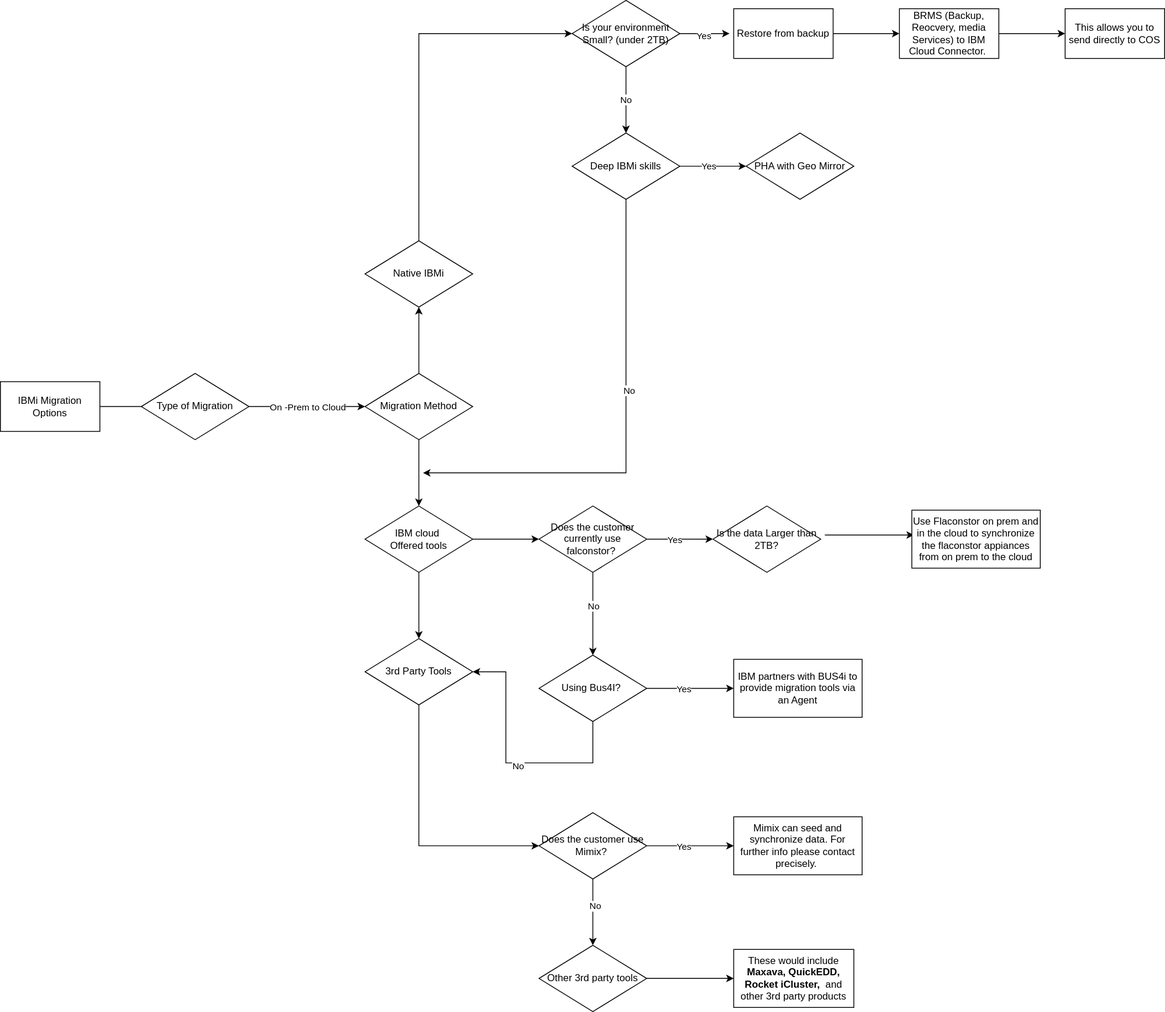
Above: images/ibmimigration.svg in ibm-cloud-docs/powervs-migration (draw.io), before the change. Source tidied: cells renumbered, new cells last; positions are measured from the earlier drawing's top-left corner, leaving out a move shared by most shapes.
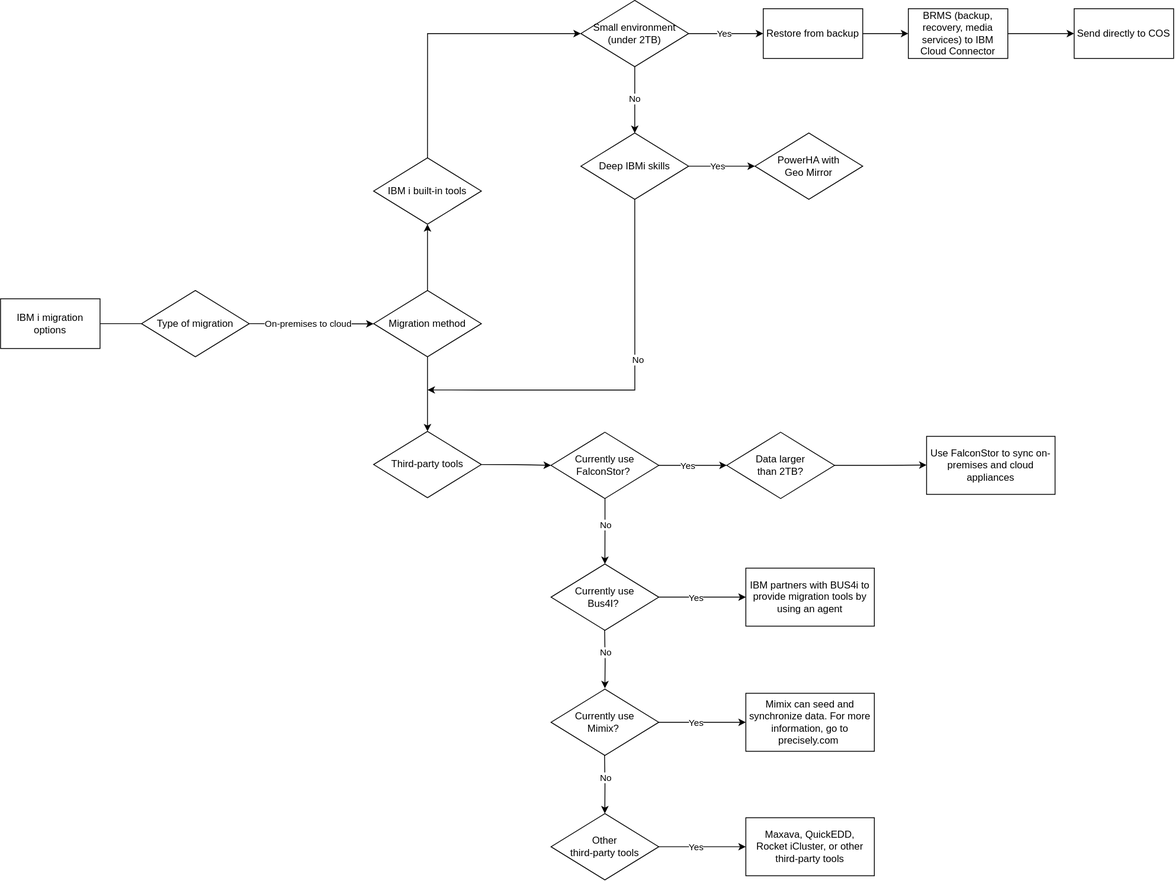
The same diagram one commit later.

What changed in the source:
```diff
@@ -1,17 +1,10 @@
-<mxGraphModel>
+<mxGraphModel background="#ffffff">
   <root>
     <mxCell id="0" />
     <mxCell id="1" parent="0" />
-    <mxCell id="2" value="IBMi Migration Options" style="rounded=0;whiteSpace=wrap;html=1;" parent="1" vertex="1">
-      <mxGeometry y="460" width="120" height="60" as="geometry" />
+    <mxCell id="2" value="IBM i migration options" style="rounded=0;whiteSpace=wrap;html=1;" parent="1" vertex="1">
+      <mxGeometry x="-10" y="360" width="120" height="60" as="geometry" />
     </mxCell>
-    <mxCell id="3" style="edgeStyle=orthogonalEdgeStyle;rounded=0;jettySize=auto;html=1;exitX=1;exitY=0.5;exitDx=0;exitDy=0;entryX=0;entryY=0.5;entryDx=0;entryDy=0;" parent="1" edge="1" source="2" target="5">
-      <mxGeometry relative="1" as="geometry">
-        <Array as="points">
-          <mxPoint x="250" y="490" />
-        </Array>
-      </mxGeometry>
-    </mxCell>
     <mxCell id="4" style="edgeStyle=orthogonalEdgeStyle;rounded=0;jettySize=auto;html=1;entryX=0;entryY=0.5;entryDx=0;entryDy=0;exitX=0.5;exitY=0;exitDx=0;exitDy=0;" parent="1" edge="1" source="24" target="10">
       <mxGeometry relative="1" as="geometry">
         <Array as="points">
@@ -19,16 +12,16 @@
         </Array>
       </mxGeometry>
     </mxCell>
-    <mxCell id="5" value="Type of Migration" style="rhombus;whiteSpace=wrap;html=1;" parent="1" vertex="1">
-      <mxGeometry x="170" y="450" width="130" height="80" as="geometry" />
+    <mxCell id="5" value="Type of migration" style="rhombus;whiteSpace=wrap;html=1;" parent="1" vertex="1">
+      <mxGeometry x="160" y="350" width="130" height="80" as="geometry" />
     </mxCell>
-    <mxCell id="6" style="edgeStyle=orthogonalEdgeStyle;rounded=0;jettySize=auto;html=1;" parent="1" edge="1" source="10">
-      <mxGeometry relative="1" as="geometry">
-        <mxPoint x="880" y="40" as="targetPoint" />
-      </mxGeometry>
+    <mxCell id="6" style="edgeStyle=orthogonalEdgeStyle;rounded=0;jettySize=auto;html=1;entryX=0;entryY=0.5;entryDx=0;entryDy=0;" parent="1" edge="1" source="10" target="12">
+      <mxGeometry relative="1" as="geometry" />
     </mxCell>
     <mxCell id="7" value="Yes" style="edgeLabel;html=1;align=center;verticalAlign=middle;" parent="6" vertex="1">
-      <mxGeometry x="-0.07" y="-2" relative="1" as="geometry" />
+      <mxGeometry x="-0.07" y="-2" relative="1" as="geometry">
+        <mxPoint y="-3" as="offset" />
+      </mxGeometry>
     </mxCell>
     <mxCell id="8" style="edgeStyle=orthogonalEdgeStyle;rounded=0;jettySize=auto;html=1;" parent="1" edge="1" source="10" target="17">
       <mxGeometry relative="1" as="geometry" />
@@ -36,14 +29,14 @@
     <mxCell id="9" value="No" style="edgeLabel;html=1;align=center;verticalAlign=middle;" parent="8" vertex="1">
       <mxGeometry x="-0.03" y="-1" relative="1" as="geometry" />
     </mxCell>
-    <mxCell id="10" value="Is your environment Small? (under 2TB)" style="rhombus;whiteSpace=wrap;html=1;" parent="1" vertex="1">
+    <mxCell id="10" value="Small environment (under 2TB)" style="rhombus;whiteSpace=wrap;html=1;" parent="1" vertex="1">
       <mxGeometry x="690" width="130" height="80" as="geometry" />
     </mxCell>
     <mxCell id="11" style="edgeStyle=orthogonalEdgeStyle;rounded=0;jettySize=auto;html=1;" parent="1" edge="1" source="12" target="41">
       <mxGeometry relative="1" as="geometry" />
     </mxCell>
     <mxCell id="12" value="Restore from backup" style="whiteSpace=wrap;html=1;" parent="1" vertex="1">
-      <mxGeometry x="885" y="10" width="120" height="60" as="geometry" />
+      <mxGeometry x="910" y="10" width="120" height="60" as="geometry" />
     </mxCell>
     <mxCell id="13" style="edgeStyle=orthogonalEdgeStyle;rounded=0;jettySize=auto;html=1;" parent="1" edge="1" source="17" target="18">
       <mxGeometry relative="1" as="geometry" />
@@ -53,9 +46,10 @@
     </mxCell>
     <mxCell id="15" style="edgeStyle=orthogonalEdgeStyle;rounded=0;jettySize=auto;html=1;exitX=0.5;exitY=1;exitDx=0;exitDy=0;" parent="1" edge="1" source="17">
       <mxGeometry relative="1" as="geometry">
-        <mxPoint x="510" y="570" as="targetPoint" />
+        <mxPoint x="505" y="470" as="targetPoint" />
         <Array as="points">
-          <mxPoint x="755" y="570" />
+          <mxPoint x="755" y="470" />
+          <mxPoint x="570" y="470" />
         </Array>
       </mxGeometry>
     </mxCell>
@@ -65,58 +59,40 @@
     <mxCell id="17" value="Deep IBMi skills" style="rhombus;whiteSpace=wrap;html=1;" parent="1" vertex="1">
       <mxGeometry x="690" y="160" width="130" height="80" as="geometry" />
     </mxCell>
-    <mxCell id="18" value="PHA with Geo Mirror" style="rhombus;whiteSpace=wrap;html=1;" parent="1" vertex="1">
+    <mxCell id="18" value="PowerHA with &lt;br&gt;Geo Mirror" style="rhombus;whiteSpace=wrap;html=1;" parent="1" vertex="1">
       <mxGeometry x="900" y="160" width="130" height="80" as="geometry" />
     </mxCell>
-    <mxCell id="19" style="edgeStyle=orthogonalEdgeStyle;rounded=0;jettySize=auto;html=1;entryX=0;entryY=0.5;entryDx=0;entryDy=0;exitX=1;exitY=0.5;exitDx=0;exitDy=0;" parent="1" edge="1" source="5" target="23">
-      <mxGeometry relative="1" as="geometry">
-        <Array as="points">
-          <mxPoint x="300" y="490" />
-        </Array>
-      </mxGeometry>
-    </mxCell>
-    <mxCell id="20" value="On -Prem to Cloud" style="edgeLabel;html=1;align=center;verticalAlign=middle;" parent="19" vertex="1">
-      <mxGeometry x="-0.05" y="-1" relative="1" as="geometry">
-        <mxPoint x="3" y="-1" as="offset" />
-      </mxGeometry>
-    </mxCell>
     <mxCell id="21" style="edgeStyle=orthogonalEdgeStyle;rounded=0;jettySize=auto;html=1;" parent="1" edge="1" source="23" target="24">
       <mxGeometry relative="1" as="geometry" />
     </mxCell>
-    <mxCell id="22" style="edgeStyle=orthogonalEdgeStyle;rounded=0;jettySize=auto;html=1;" parent="1" edge="1" source="23" target="27">
+    <mxCell id="22" style="edgeStyle=orthogonalEdgeStyle;rounded=0;jettySize=auto;html=1;entryX=0.5;entryY=0;entryDx=0;entryDy=0;" parent="1" edge="1" source="23" target="45">
       <mxGeometry relative="1" as="geometry" />
     </mxCell>
-    <mxCell id="23" value="Migration Method" style="rhombus;whiteSpace=wrap;html=1;" parent="1" vertex="1">
-      <mxGeometry x="440" y="450" width="130" height="80" as="geometry" />
+    <mxCell id="23" value="Migration method" style="rhombus;whiteSpace=wrap;html=1;" parent="1" vertex="1">
+      <mxGeometry x="440" y="350" width="130" height="80" as="geometry" />
     </mxCell>
-    <mxCell id="24" value="Native IBMi" style="rhombus;whiteSpace=wrap;html=1;" parent="1" vertex="1">
-      <mxGeometry x="440" y="290" width="130" height="80" as="geometry" />
+    <mxCell id="24" value="IBM i built-in tools" style="rhombus;whiteSpace=wrap;html=1;" parent="1" vertex="1">
+      <mxGeometry x="440" y="190" width="130" height="80" as="geometry" />
     </mxCell>
-    <mxCell id="25" style="edgeStyle=orthogonalEdgeStyle;rounded=0;jettySize=auto;html=1;" parent="1" edge="1" source="27" target="32">
+    <mxCell id="25" style="edgeStyle=orthogonalEdgeStyle;rounded=0;jettySize=auto;html=1;exitX=1;exitY=0.5;exitDx=0;exitDy=0;" parent="1" edge="1" source="45" target="32">
       <mxGeometry relative="1" as="geometry" />
     </mxCell>
-    <mxCell id="26" style="edgeStyle=orthogonalEdgeStyle;rounded=0;jettySize=auto;html=1;" parent="1" edge="1" source="27" target="45">
-      <mxGeometry relative="1" as="geometry" />
-    </mxCell>
-    <mxCell id="27" value="IBM cloud&amp;nbsp;&lt;div&gt;Offered tools&lt;/div&gt;" style="rhombus;whiteSpace=wrap;html=1;" parent="1" vertex="1">
-      <mxGeometry x="440" y="610" width="130" height="80" as="geometry" />
-    </mxCell>
-    <mxCell id="28" style="edgeStyle=orthogonalEdgeStyle;rounded=0;jettySize=auto;html=1;" parent="1" edge="1" source="32">
-      <mxGeometry relative="1" as="geometry">
-        <mxPoint x="860" y="650" as="targetPoint" />
-      </mxGeometry>
+    <mxCell id="28" style="edgeStyle=orthogonalEdgeStyle;rounded=0;jettySize=auto;html=1;entryX=0;entryY=0.5;entryDx=0;entryDy=0;" parent="1" edge="1" source="32" target="43">
+      <mxGeometry relative="1" as="geometry" />
     </mxCell>
     <mxCell id="29" value="Yes" style="edgeLabel;html=1;align=center;verticalAlign=middle;" parent="28" vertex="1">
       <mxGeometry x="-0.17" relative="1" as="geometry" />
     </mxCell>
-    <mxCell id="30" style="edgeStyle=orthogonalEdgeStyle;rounded=0;jettySize=auto;html=1;" parent="1" edge="1" source="32" target="37">
-      <mxGeometry relative="1" as="geometry" />
+    <mxCell id="30" style="edgeStyle=orthogonalEdgeStyle;rounded=0;jettySize=auto;html=1;" parent="1" edge="1" source="32">
+      <mxGeometry relative="1" as="geometry">
+        <mxPoint x="719" y="680" as="targetPoint" />
+      </mxGeometry>
     </mxCell>
     <mxCell id="31" value="No" style="edgeLabel;html=1;align=center;verticalAlign=middle;" parent="30" vertex="1">
       <mxGeometry x="-0.2" relative="1" as="geometry" />
     </mxCell>
-    <mxCell id="32" value="Does the customer currently use falconstor?&amp;nbsp;" style="rhombus;whiteSpace=wrap;html=1;" parent="1" vertex="1">
-      <mxGeometry x="650" y="610" width="130" height="80" as="geometry" />
+    <mxCell id="32" value="Currently use FalconStor?&amp;nbsp;" style="rhombus;whiteSpace=wrap;html=1;" parent="1" vertex="1">
+      <mxGeometry x="654" y="521" width="130" height="80" as="geometry" />
     </mxCell>
     <mxCell id="33" style="edgeStyle=orthogonalEdgeStyle;rounded=0;jettySize=auto;html=1;" parent="1" edge="1" source="37" target="39">
       <mxGeometry relative="1" as="geometry" />
@@ -124,51 +100,31 @@
     <mxCell id="34" value="Yes" style="edgeLabel;html=1;align=center;verticalAlign=middle;" parent="33" vertex="1">
       <mxGeometry x="-0.15" relative="1" as="geometry" />
     </mxCell>
-    <mxCell id="35" style="edgeStyle=orthogonalEdgeStyle;rounded=0;jettySize=auto;html=1;entryX=1;entryY=0.5;entryDx=0;entryDy=0;" parent="1" edge="1" source="37" target="45">
-      <mxGeometry relative="1" as="geometry">
-        <Array as="points">
-          <mxPoint x="715" y="920" />
-          <mxPoint x="610" y="920" />
-          <mxPoint x="610" y="810" />
-        </Array>
-      </mxGeometry>
-    </mxCell>
-    <mxCell id="36" value="No" style="edgeLabel;html=1;align=center;verticalAlign=middle;" parent="35" vertex="1">
-      <mxGeometry x="-0.07" y="3" relative="1" as="geometry" />
-    </mxCell>
-    <mxCell id="37" value="Using Bus4I?&amp;nbsp;" style="rhombus;whiteSpace=wrap;html=1;" parent="1" vertex="1">
-      <mxGeometry x="650" y="790" width="130" height="80" as="geometry" />
+    <mxCell id="37" value="Currently use &lt;br&gt;Bus4I?&amp;nbsp;" style="rhombus;whiteSpace=wrap;html=1;" parent="1" vertex="1">
+      <mxGeometry x="654" y="680" width="130" height="80" as="geometry" />
     </mxCell>
-    <mxCell id="38" style="edgeStyle=orthogonalEdgeStyle;rounded=0;orthogonalLoop=1;jettySize=auto;html=1;" parent="1" edge="1">
+    <mxCell id="38" style="edgeStyle=orthogonalEdgeStyle;rounded=0;jettySize=auto;html=1;exitX=1;exitY=0.5;exitDx=0;exitDy=0;" parent="1" edge="1" source="43">
       <mxGeometry relative="1" as="geometry">
-        <mxPoint x="995" y="645" as="sourcePoint" />
-        <mxPoint x="1102.5" y="645" as="targetPoint" />
+        <mxPoint x="1107" y="560.6" as="targetPoint" />
       </mxGeometry>
     </mxCell>
-    <mxCell id="39" value="IBM partners with BUS4i to provide migration tools via an Agent" style="whiteSpace=wrap;html=1;" parent="1" vertex="1">
-      <mxGeometry x="885" y="795" width="155" height="70" as="geometry" />
+    <mxCell id="39" value="IBM partners with BUS4i to provide migration tools by using an agent" style="whiteSpace=wrap;html=1;" parent="1" vertex="1">
+      <mxGeometry x="889" y="685" width="155" height="70" as="geometry" />
     </mxCell>
     <mxCell id="40" style="edgeStyle=orthogonalEdgeStyle;rounded=0;jettySize=auto;html=1;" parent="1" edge="1" source="41" target="42">
       <mxGeometry relative="1" as="geometry" />
     </mxCell>
-    <mxCell id="41" value="BRMS (Backup, Reocvery, media Services) to IBM Cloud Connector.&amp;nbsp;" style="whiteSpace=wrap;html=1;" parent="1" vertex="1">
+    <mxCell id="41" value="BRMS (backup, recovery, media services) to IBM Cloud Connector" style="whiteSpace=wrap;html=1;" parent="1" vertex="1">
       <mxGeometry x="1085" y="10" width="120" height="60" as="geometry" />
     </mxCell>
-    <mxCell id="42" value="This allows you to send directly to COS" style="whiteSpace=wrap;html=1;" parent="1" vertex="1">
+    <mxCell id="42" value="Send directly to COS" style="whiteSpace=wrap;html=1;" parent="1" vertex="1">
       <mxGeometry x="1285" y="10" width="120" height="60" as="geometry" />
     </mxCell>
-    <mxCell id="43" value="Is the data Larger than 2TB?" style="rhombus;whiteSpace=wrap;html=1;" parent="1" vertex="1">
-      <mxGeometry x="860" y="610" width="130" height="80" as="geometry" />
+    <mxCell id="43" value="Data larger &lt;br&gt;than 2TB?" style="rhombus;whiteSpace=wrap;html=1;" parent="1" vertex="1">
+      <mxGeometry x="866" y="521" width="130" height="80" as="geometry" />
     </mxCell>
-    <mxCell id="44" style="edgeStyle=orthogonalEdgeStyle;rounded=0;jettySize=auto;html=1;entryX=0;entryY=0.5;entryDx=0;entryDy=0;" parent="1" edge="1" source="45" target="50">
-      <mxGeometry relative="1" as="geometry">
-        <Array as="points">
-          <mxPoint x="505" y="1020" />
-        </Array>
-      </mxGeometry>
-    </mxCell>
-    <mxCell id="45" value="3rd Party Tools" style="rhombus;whiteSpace=wrap;html=1;" parent="1" vertex="1">
-      <mxGeometry x="440" y="770" width="130" height="80" as="geometry" />
+    <mxCell id="45" value="Third-party tools" style="rhombus;whiteSpace=wrap;html=1;" parent="1" vertex="1">
+      <mxGeometry x="440" y="520" width="130" height="80" as="geometry" />
     </mxCell>
     <mxCell id="46" style="edgeStyle=orthogonalEdgeStyle;rounded=0;jettySize=auto;html=1;" parent="1" edge="1" source="50" target="51">
       <mxGeometry relative="1" as="geometry" />
@@ -176,29 +132,61 @@
     <mxCell id="47" value="Yes" style="edgeLabel;html=1;align=center;verticalAlign=middle;" parent="46" vertex="1">
       <mxGeometry x="-0.15" relative="1" as="geometry" />
     </mxCell>
-    <mxCell id="48" style="edgeStyle=orthogonalEdgeStyle;rounded=0;jettySize=auto;html=1;" parent="1" edge="1" source="50" target="54">
-      <mxGeometry relative="1" as="geometry" />
-    </mxCell>
-    <mxCell id="49" value="No" style="edgeLabel;html=1;align=center;verticalAlign=middle;" parent="48" vertex="1">
-      <mxGeometry x="-0.2" y="2" relative="1" as="geometry" />
-    </mxCell>
-    <mxCell id="50" value="Does the customer use Mimix?&amp;nbsp;" style="rhombus;whiteSpace=wrap;html=1;" parent="1" vertex="1">
-      <mxGeometry x="650" y="980" width="130" height="80" as="geometry" />
+    <mxCell id="50" value="Currently use &lt;br&gt;Mimix?&amp;nbsp;" style="rhombus;whiteSpace=wrap;html=1;" parent="1" vertex="1">
+      <mxGeometry x="654" y="831" width="130" height="80" as="geometry" />
     </mxCell>
-    <mxCell id="51" value="Mimix can seed and synchronize data. For further info please contact precisely.&amp;nbsp;" style="whiteSpace=wrap;html=1;" parent="1" vertex="1">
-      <mxGeometry x="885" y="985" width="155" height="70" as="geometry" />
+    <mxCell id="51" value="Mimix can seed and synchronize data. For more information, go to precisely.com&amp;nbsp;" style="whiteSpace=wrap;html=1;" parent="1" vertex="1">
+      <mxGeometry x="889" y="836" width="155" height="70" as="geometry" />
     </mxCell>
-    <mxCell id="52" value="Use Flaconstor on prem and in the cloud to synchronize the flaconstor appiances from on prem to the cloud" style="whiteSpace=wrap;html=1;" parent="1" vertex="1">
-      <mxGeometry x="1100" y="615" width="155" height="70" as="geometry" />
+    <mxCell id="52" value="Use FalconStor to sync on-premises and cloud appliances" style="whiteSpace=wrap;html=1;" parent="1" vertex="1">
+      <mxGeometry x="1107" y="526" width="155" height="70" as="geometry" />
     </mxCell>
-    <mxCell id="53" style="edgeStyle=orthogonalEdgeStyle;rounded=0;jettySize=auto;html=1;" parent="1" edge="1" source="54" target="55">
-      <mxGeometry relative="1" as="geometry" />
-    </mxCell>
-    <mxCell id="54" value="Other 3rd party tools" style="rhombus;whiteSpace=wrap;html=1;" parent="1" vertex="1">
-      <mxGeometry x="650" y="1140" width="130" height="80" as="geometry" />
-    </mxCell>
-    <mxCell id="55" value="These would include &lt;b&gt;Maxava, QuickEDD, Rocket iCluster,&amp;nbsp;&lt;/b&gt;&amp;nbsp;and other 3rd party products" style="whiteSpace=wrap;html=1;" parent="1" vertex="1">
-      <mxGeometry x="885" y="1145" width="145" height="70" as="geometry" />
-    </mxCell>
+    <mxCell id="56" style="edgeStyle=orthogonalEdgeStyle;rounded=0;orthogonalLoop=1;jettySize=auto;html=1;" parent="1" edge="1">
+      <mxGeometry relative="1" as="geometry">
+        <mxPoint x="718.7" y="760" as="sourcePoint" />
+        <mxPoint x="719" y="830" as="targetPoint" />
+      </mxGeometry>
+    </mxCell>
+    <mxCell id="57" value="No" style="edgeLabel;html=1;align=center;verticalAlign=middle;" parent="56" vertex="1">
+      <mxGeometry x="-0.2" relative="1" as="geometry">
+        <mxPoint y="-1" as="offset" />
+      </mxGeometry>
+    </mxCell>
+    <mxCell id="3" style="endArrow=none;html=1;rounded=0;entryX=0;entryY=0.5;entryDx=0;entryDy=0;exitX=1;exitY=0.5;exitDx=0;exitDy=0;" parent="1" edge="1" source="2" target="5">
+      <mxGeometry relative="1" as="geometry" />
+    </mxCell>
+    <mxCell id="58" style="edgeStyle=orthogonalEdgeStyle;rounded=0;jettySize=auto;html=1;exitX=1;exitY=0.5;exitDx=0;exitDy=0;" parent="1" edge="1" source="5">
+      <mxGeometry relative="1" as="geometry">
+        <mxPoint x="440" y="390.3" as="targetPoint" />
+      </mxGeometry>
+    </mxCell>
+    <mxCell id="59" value="On-premises to cloud" style="edgeLabel;html=1;align=center;verticalAlign=middle;" parent="1" vertex="1">
+      <mxGeometry x="380" y="390" as="geometry">
+        <mxPoint x="-20" y="-1" as="offset" />
+      </mxGeometry>
+    </mxCell>
+    <mxCell id="60" style="edgeStyle=orthogonalEdgeStyle;rounded=0;jettySize=auto;html=1;" parent="1" edge="1" source="62" target="63">
+      <mxGeometry relative="1" as="geometry" />
+    </mxCell>
+    <mxCell id="61" value="Yes" style="edgeLabel;html=1;align=center;verticalAlign=middle;" parent="60" vertex="1">
+      <mxGeometry x="-0.15" relative="1" as="geometry" />
+    </mxCell>
+    <mxCell id="62" value="Other &lt;br&gt;third-party tools" style="rhombus;whiteSpace=wrap;html=1;" parent="1" vertex="1">
+      <mxGeometry x="654" y="981.2" width="130" height="80" as="geometry" />
+    </mxCell>
+    <mxCell id="63" value="Maxava, QuickEDD, &lt;br&gt;Rocket iCluster, or other third-party tools" style="whiteSpace=wrap;html=1;" parent="1" vertex="1">
+      <mxGeometry x="889" y="986.2" width="155" height="70" as="geometry" />
+    </mxCell>
+    <mxCell id="64" style="edgeStyle=orthogonalEdgeStyle;rounded=0;orthogonalLoop=1;jettySize=auto;html=1;" parent="1" edge="1">
+      <mxGeometry relative="1" as="geometry">
+        <mxPoint x="718.6" y="911" as="sourcePoint" />
+        <mxPoint x="718.9" y="981" as="targetPoint" />
+      </mxGeometry>
+    </mxCell>
+    <mxCell id="65" value="No" style="edgeLabel;html=1;align=center;verticalAlign=middle;" parent="64" vertex="1">
+      <mxGeometry x="-0.2" relative="1" as="geometry">
+        <mxPoint y="-1" as="offset" />
+      </mxGeometry>
+    </mxCell>
   </root>
 </mxGraphModel>
```
